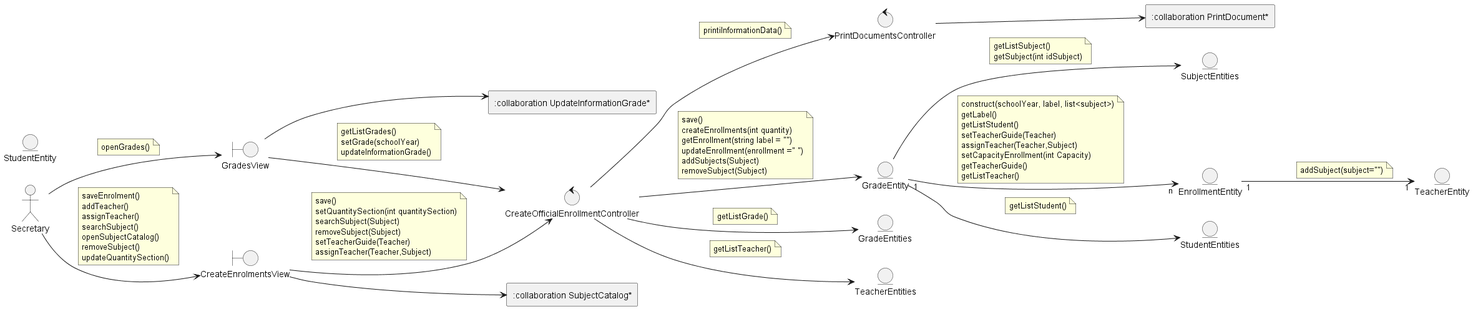
Above: out/DesignView/AnalysisView/UseCaseAnalysis/CU05.CreateOfficialEnrollmentBySection/Collaboration.CU05.Analysis.png in wsmcbl/wsmcbl.doc (PlantUML), before the change. Source of this version:
```plantuml
@startuml
left to right direction

actor Secretary

boundary GradesView
boundary CreateEnrolmentsView

control CreateOfficialEnrollmentController
control PrintDocumentsController
rectangle SubjectCatalog as ":collaboration SubjectCatalog*"
rectangle Imprimir as ":collaboration PrintDocument*"
rectangle Update as ":collaboration UpdateInformationGrade*"

entity EnrollmentEntity
entity StudentEntity
entity StudentEntities
entity TeacherEntity
entity GradeEntity
entity GradeEntities
entity SubjectEntities
entity TeacherEntities


Secretary --> GradesView
note on link
    openGrades()
end note

Secretary --> CreateEnrolmentsView
note on link
    saveEnrolment()
    addTeacher()
    assignTeacher()
    searchSubject()
    openSubjectCatalog()
    removeSubject()
    updateQuantitySection()
end note


GradesView --> CreateOfficialEnrollmentController
note on link
    getListGrades()
    setGrade(schoolYear)
    updateInformationGrade()
end note

CreateEnrolmentsView --> CreateOfficialEnrollmentController
note on link
    save()
    setQuantitySection(int quantitySection)
    searchSubject(Subject)
    removeSubject(Subject)
    setTeacherGuide(Teacher)
    assignTeacher(Teacher,Subject)
end note

GradesView --> Update
CreateEnrolmentsView --> SubjectCatalog



CreateOfficialEnrollmentController --> GradeEntity
note on link
    save()
    createEnrollments(int quantity)
    getEnrollment(string label = "")
    updateEnrollment(enrollment =" ")
    addSubjects(Subject)
    removeSubject(Subject)
end note

CreateOfficialEnrollmentController --> TeacherEntities
note on link
    getListTeacher()
end note

CreateOfficialEnrollmentController --> PrintDocumentsController
note on link
    printiInformationData()
end note

CreateOfficialEnrollmentController --> GradeEntities
note on link
    getListGrade()
end note

PrintDocumentsController --> Imprimir


GradeEntity --> SubjectEntities
note on link
    getListSubject()
    getSubject(int idSubject)
end note

GradeEntity "1" --> "n" EnrollmentEntity
note on link
    construct(schoolYear, label, list<subject>)
    getLabel()
    getListStudent()
    setTeacherGuide(Teacher)
    assignTeacher(Teacher,Subject)
    setCapacityEnrollment(int Capacity)
    getTeacherGuide()
    getListTeacher()
end note

GradeEntity --> StudentEntities
note on link
    getListStudent()
end note

EnrollmentEntity "1" --> "1" TeacherEntity
note on link
    addSubject(subject="")
end note

@enduml
```
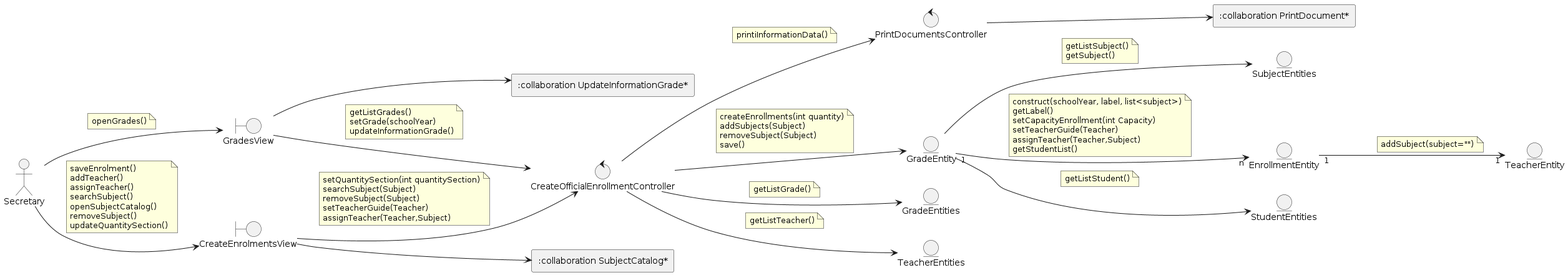
Above is the later version.

Change to the diagram source:
```diff
@@ -9,11 +9,10 @@
 control CreateOfficialEnrollmentController
 control PrintDocumentsController
 rectangle SubjectCatalog as ":collaboration SubjectCatalog*"
-rectangle Imprimir as ":collaboration PrintDocument*"
+rectangle Print as ":collaboration PrintDocument*"
 rectangle Update as ":collaboration UpdateInformationGrade*"
 
 entity EnrollmentEntity
-entity StudentEntity
 entity StudentEntities
 entity TeacherEntity
 entity GradeEntity
@@ -46,9 +45,10 @@
     updateInformationGrade()
 end note
 
+GradesView --> Update
+
 CreateEnrolmentsView --> CreateOfficialEnrollmentController
 note on link
-    save()
     setQuantitySection(int quantitySection)
     searchSubject(Subject)
     removeSubject(Subject)
@@ -56,19 +56,15 @@
     assignTeacher(Teacher,Subject)
 end note
 
-GradesView --> Update
 CreateEnrolmentsView --> SubjectCatalog
-
 
 
 CreateOfficialEnrollmentController --> GradeEntity
 note on link
-    save()
     createEnrollments(int quantity)
-    getEnrollment(string label = "")
-    updateEnrollment(enrollment =" ")
     addSubjects(Subject)
     removeSubject(Subject)
+    save()
 end note
 
 CreateOfficialEnrollmentController --> TeacherEntities
@@ -86,25 +82,23 @@
     getListGrade()
 end note
 
-PrintDocumentsController --> Imprimir
+PrintDocumentsController --> Print
 
 
 GradeEntity --> SubjectEntities
 note on link
     getListSubject()
-    getSubject(int idSubject)
+    getSubject()
 end note
 
 GradeEntity "1" --> "n" EnrollmentEntity
 note on link
     construct(schoolYear, label, list<subject>)
     getLabel()
-    getListStudent()
+    setCapacityEnrollment(int Capacity)
     setTeacherGuide(Teacher)
     assignTeacher(Teacher,Subject)
-    setCapacityEnrollment(int Capacity)
-    getTeacherGuide()
-    getListTeacher()
+    getStudentList()
 end note
 
 GradeEntity --> StudentEntities
```
